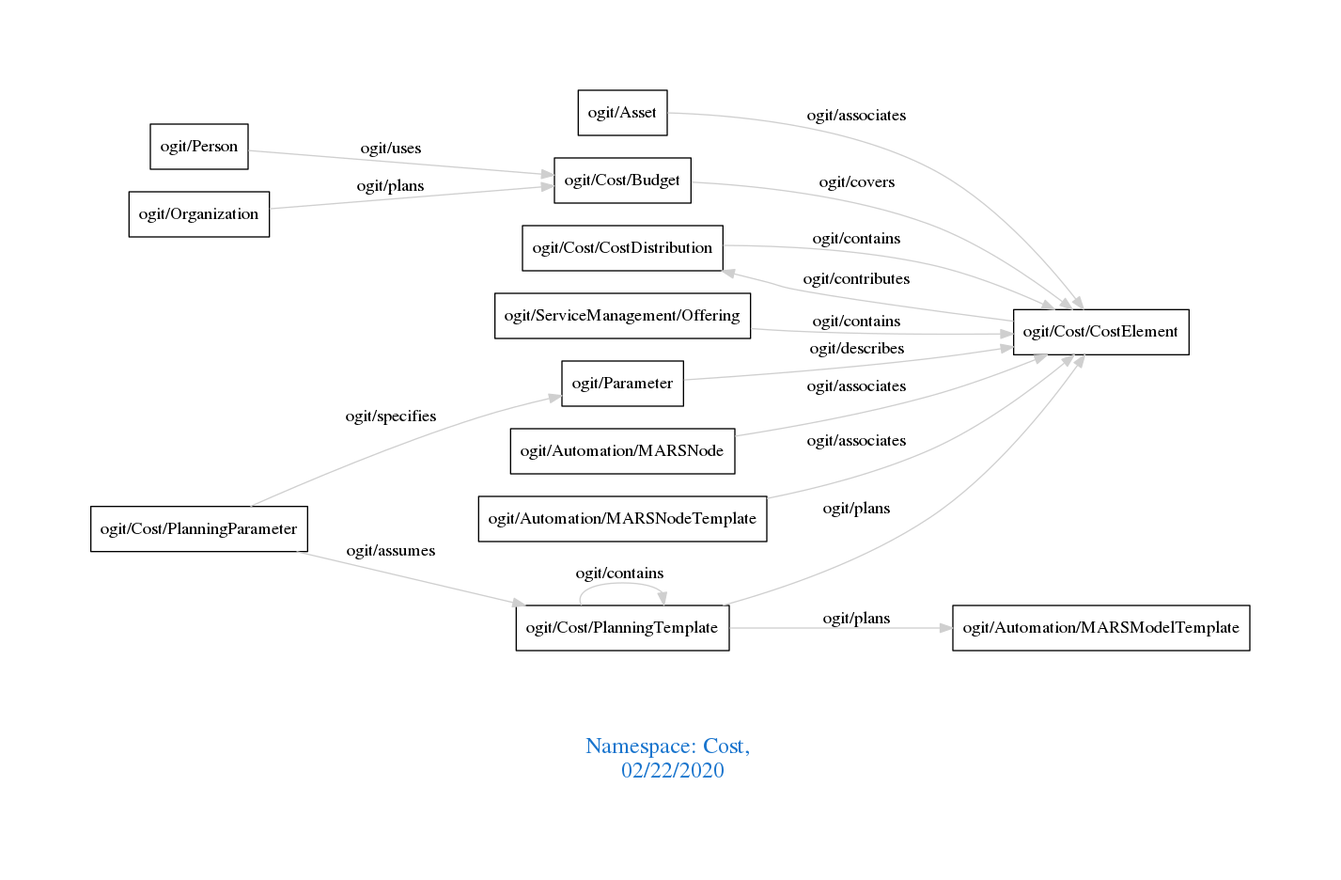
Before: downloads/Cost.png, a diagram exported from Graphviz (arago/OGIT). Its source is kept beside it as downloads/Cost.dot.
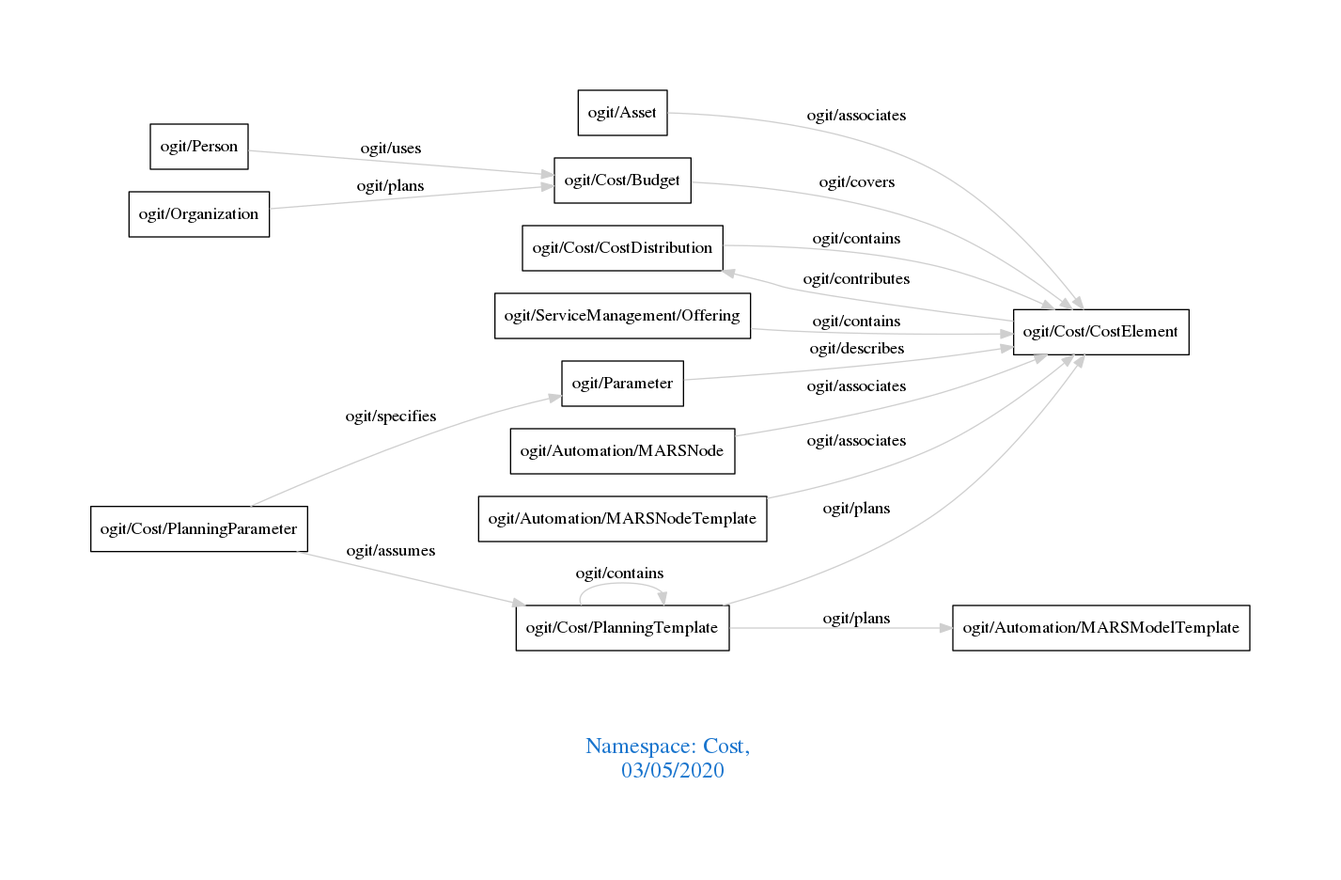
The same file after the commit.

Change to the diagram source:
```diff
@@ -1,7 +1,7 @@
 digraph OGIT_ontology {
  graph [ rankdir= LR,pad=1
 fontsize = 18,
-fontcolor= dodgerblue3,label = "\n\n\nNamespace: Cost, \n 02/22/2020"];
+fontcolor= dodgerblue3,label = "\n\n\nNamespace: Cost, \n 03/05/2020"];
 node[shape=polygon];
 edge [  color="gray81"];
 
```
